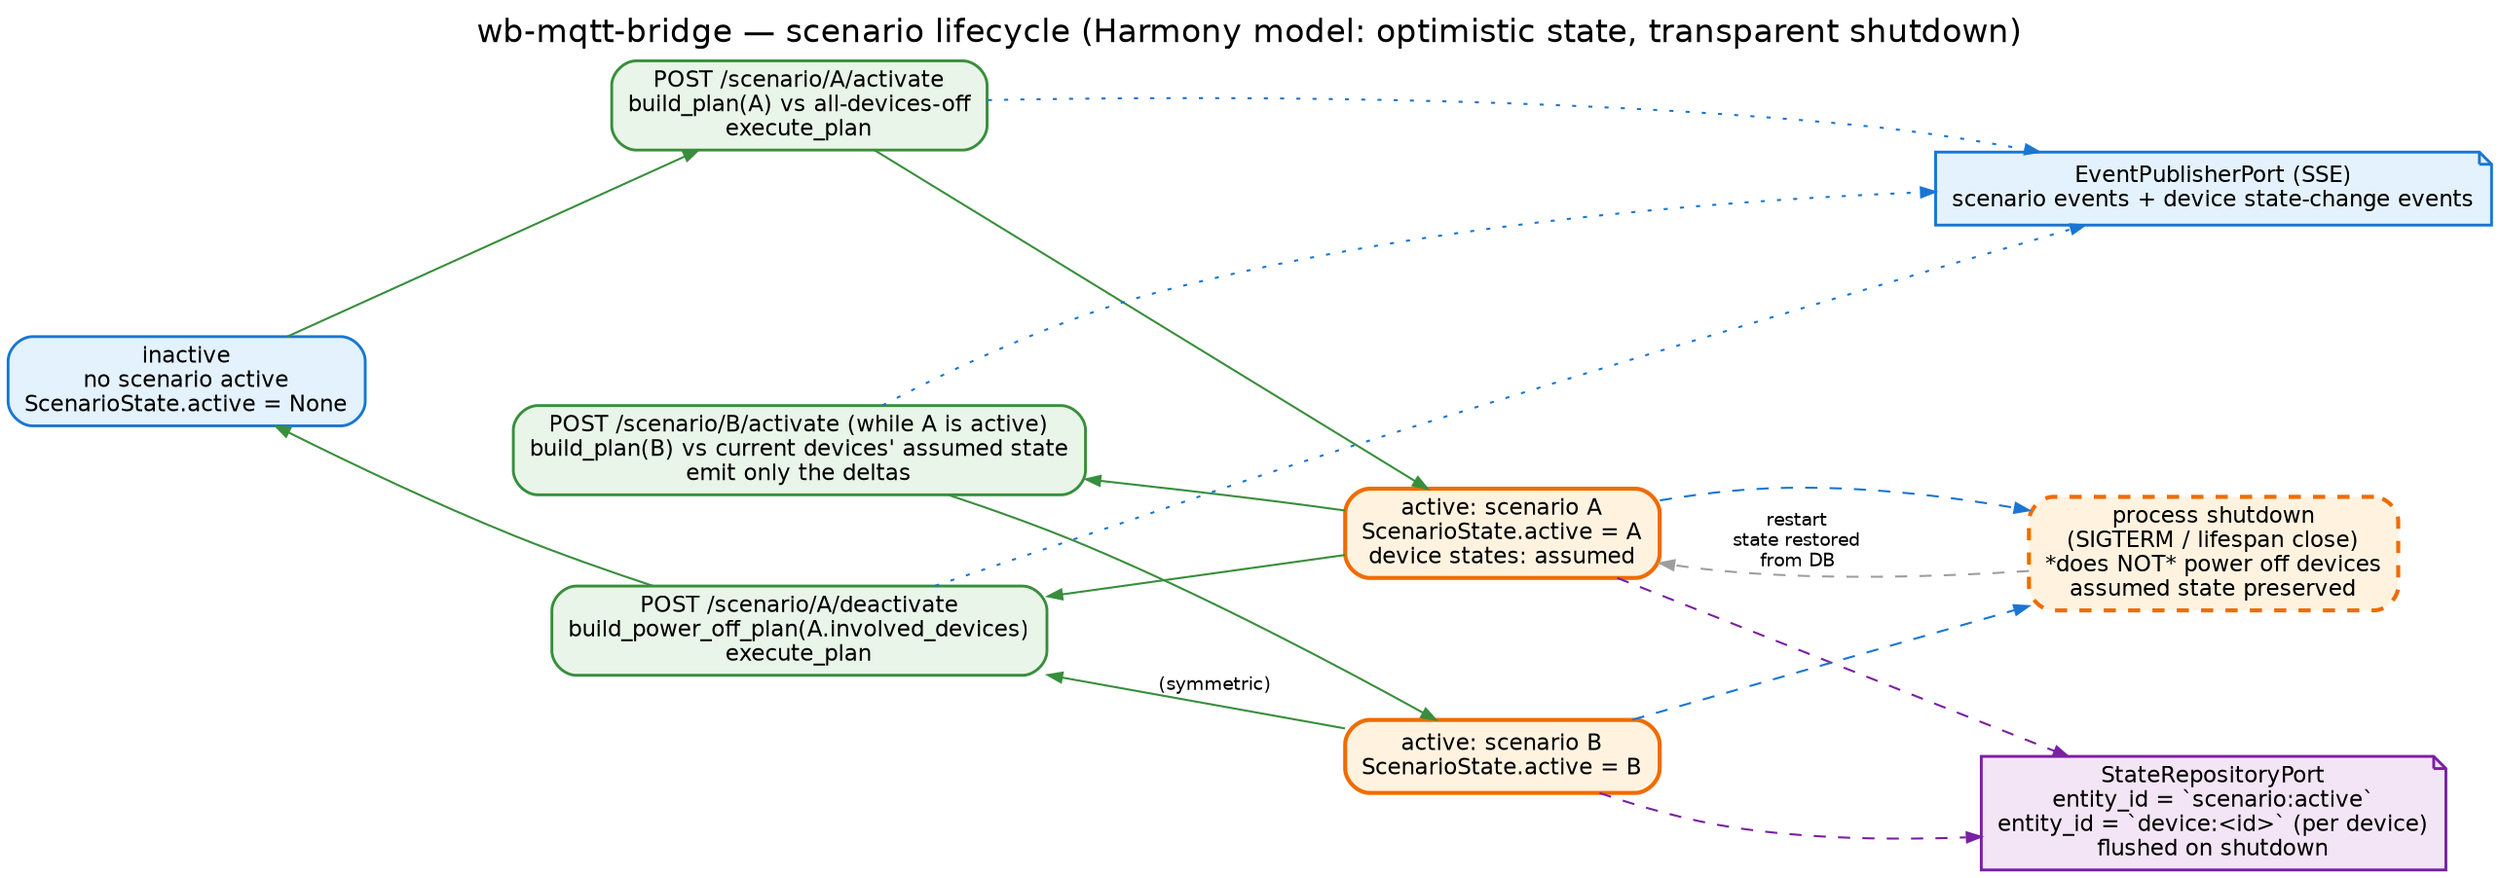
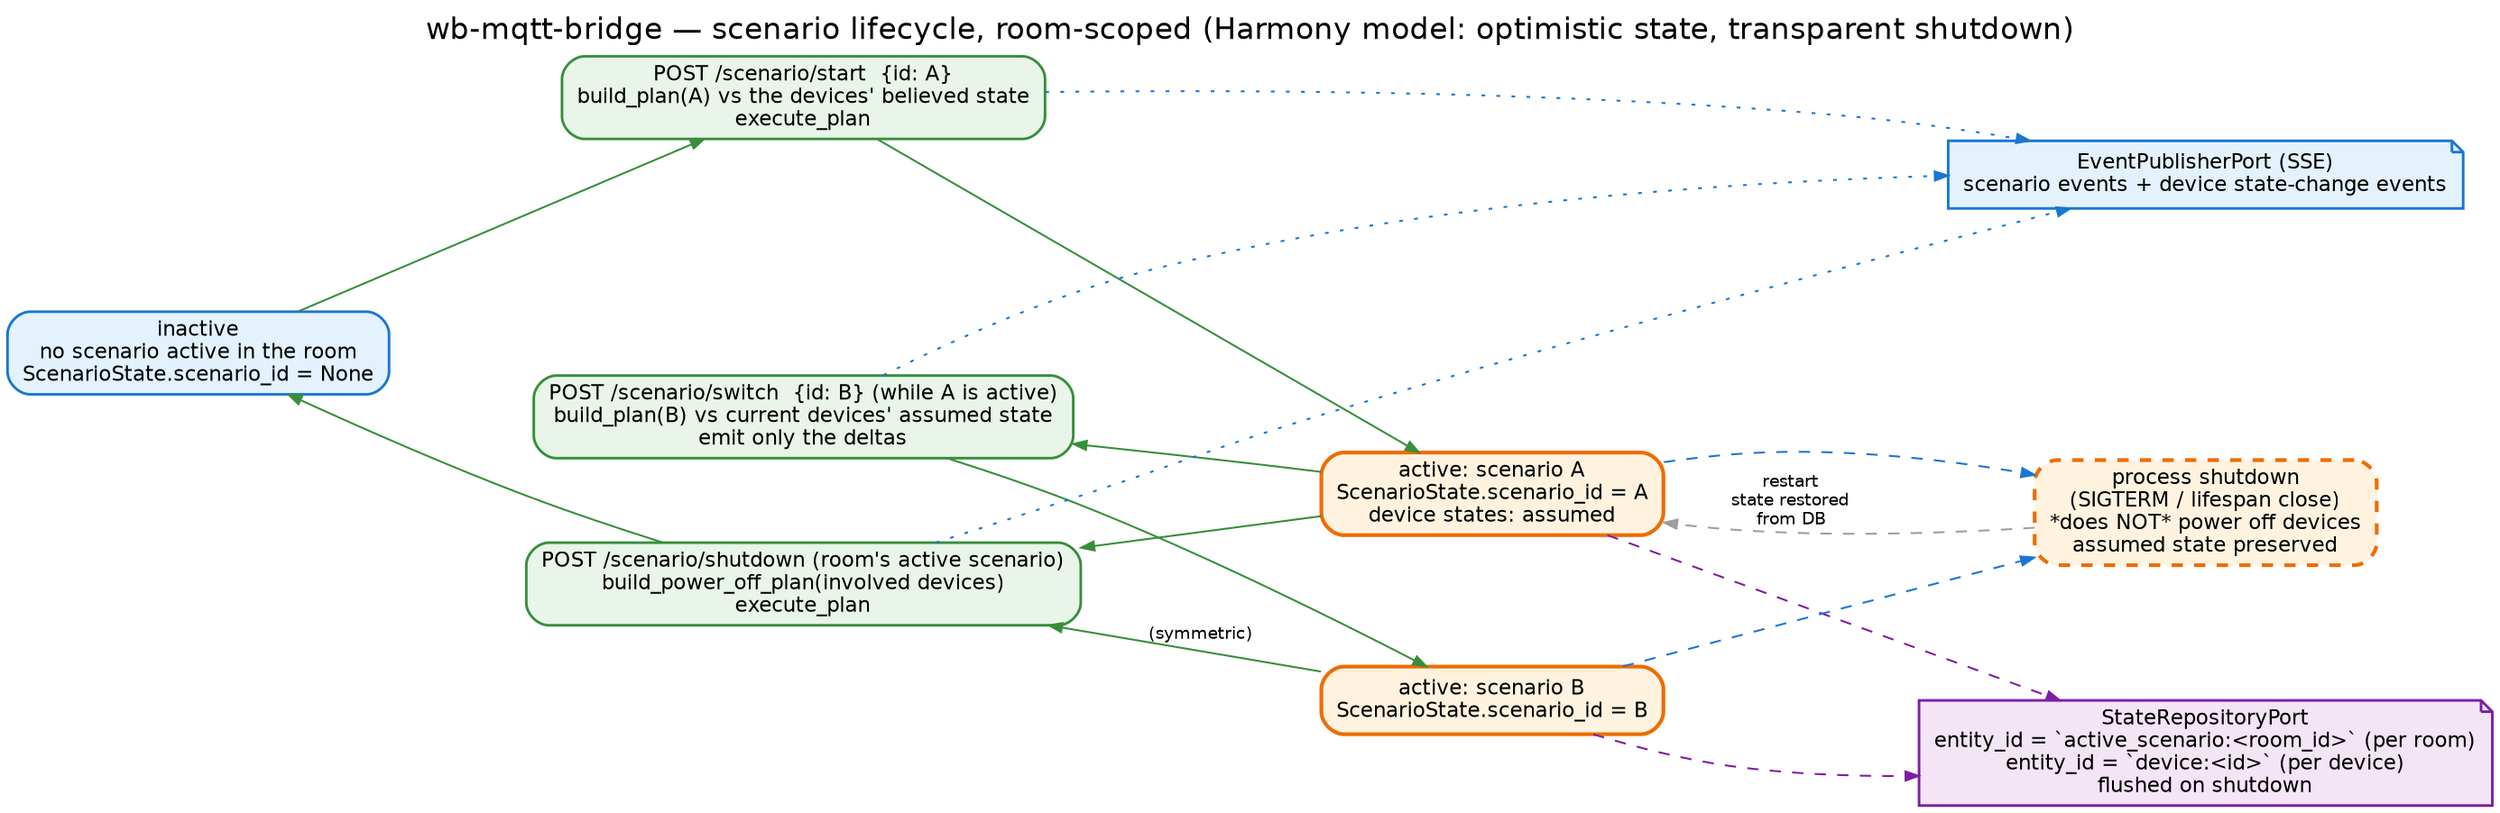
- // wb-mqtt-bridge — scenario lifecycle: activate, switch, deactivate. Render:
+ // wb-mqtt-bridge — scenario lifecycle: start, switch, shutdown. Render:
//   dot -Tpng docs/images/scenario-lifecycle.dot -o docs/images/scenario-lifecycle.png
// Palette: see hexagon.dot header.
digraph lifecycle {
  rankdir=LR;
  bgcolor="white";
  splines=spline;
  nodesep=0.55; ranksep=1.0;
  fontname="Helvetica"; labelloc=t; fontsize=16;
-   label="wb-mqtt-bridge — scenario lifecycle (Harmony model: optimistic state, transparent shutdown)";
+   label="wb-mqtt-bridge — scenario lifecycle, room-scoped (Harmony model: optimistic state, transparent shutdown)";

  node [fontname="Helvetica", fontsize=11, shape=box, style="filled,rounded", penwidth=1.4];
  edge [fontname="Helvetica", fontsize=9, color="#1976d2", arrowsize=0.7];

  // --- runtime states (presentation-visible) ---
-   inactive [label="inactive\nno scenario active\nScenarioState.active = None",
+   inactive [label="inactive\nno scenario active in the room\nScenarioState.scenario_id = None",
            fillcolor="#e3f2fd", color="#1976d2"];
-   active_A [label="active: scenario A\nScenarioState.active = A\ndevice states: assumed",
+   active_A [label="active: scenario A\nScenarioState.scenario_id = A\ndevice states: assumed",
            fillcolor="#fff3e0", color="#ef6c00", penwidth=2];
-   active_B [label="active: scenario B\nScenarioState.active = B",
+   active_B [label="active: scenario B\nScenarioState.scenario_id = B",
            fillcolor="#fff3e0", color="#ef6c00", penwidth=2];

  // --- the three lifecycle calls ---
-   activate    [label="POST /scenario/A/activate\nbuild_plan(A) vs all-devices-off\nexecute_plan",
+   activate    [label="POST /scenario/start  {id: A}\nbuild_plan(A) vs the devices' believed state\nexecute_plan",
               fillcolor="#e8f5e8", color="#388e3c"];
-   switch      [label="POST /scenario/B/activate (while A is active)\nbuild_plan(B) vs current devices' assumed state\nemit only the deltas",
+   switch      [label="POST /scenario/switch  {id: B} (while A is active)\nbuild_plan(B) vs current devices' assumed state\nemit only the deltas",
               fillcolor="#e8f5e8", color="#388e3c"];
-   deactivate  [label="POST /scenario/A/deactivate\nbuild_power_off_plan(A.involved_devices)\nexecute_plan",
+   deactivate  [label="POST /scenario/shutdown (room's active scenario)\nbuild_power_off_plan(involved devices)\nexecute_plan",
               fillcolor="#e8f5e8", color="#388e3c"];

  // --- side effects: persistence + SSE ---
  persist [shape=note, fillcolor="#f3e5f5", color="#7b1fa2",
-            label="StateRepositoryPort\nentity_id = `scenario:active`\nentity_id = `device:<id>` (per device)\nflushed on shutdown"];
+            label="StateRepositoryPort\nentity_id = `active_scenario:<room_id>` (per room)\nentity_id = `device:<id>` (per device)\nflushed on shutdown"];
  sse [shape=note, fillcolor="#e3f2fd", color="#1976d2",
       label="EventPublisherPort (SSE)\nscenario events + device state-change events"];

  // --- the transparent-shutdown invariant ---
  pshut [label="process shutdown\n(SIGTERM / lifespan close)\n*does NOT* power off devices\nassumed state preserved",
         fillcolor="#fff3e0", color="#ef6c00", style="filled,rounded,dashed", penwidth=2];

  // transitions
  inactive -> activate -> active_A [color="#388e3c"];
  active_A -> switch  -> active_B [color="#388e3c"];
  active_A -> deactivate -> inactive [color="#388e3c"];
  active_B -> deactivate [color="#388e3c", label="(symmetric)"];
  active_A -> pshut [style=dashed];
  active_B -> pshut [style=dashed];
  pshut -> active_A [label="restart\nstate restored\nfrom DB", style=dashed, color="#9e9e9e"];

  // side effects
  active_A -> persist [style=dashed, color="#7b1fa2"];
  active_B -> persist [style=dashed, color="#7b1fa2"];
  activate -> sse [style=dotted, color="#1976d2"];
  switch -> sse [style=dotted, color="#1976d2"];
  deactivate -> sse [style=dotted, color="#1976d2"];

  {rank=same; activate; switch; deactivate}
  {rank=same; persist; sse}
}
